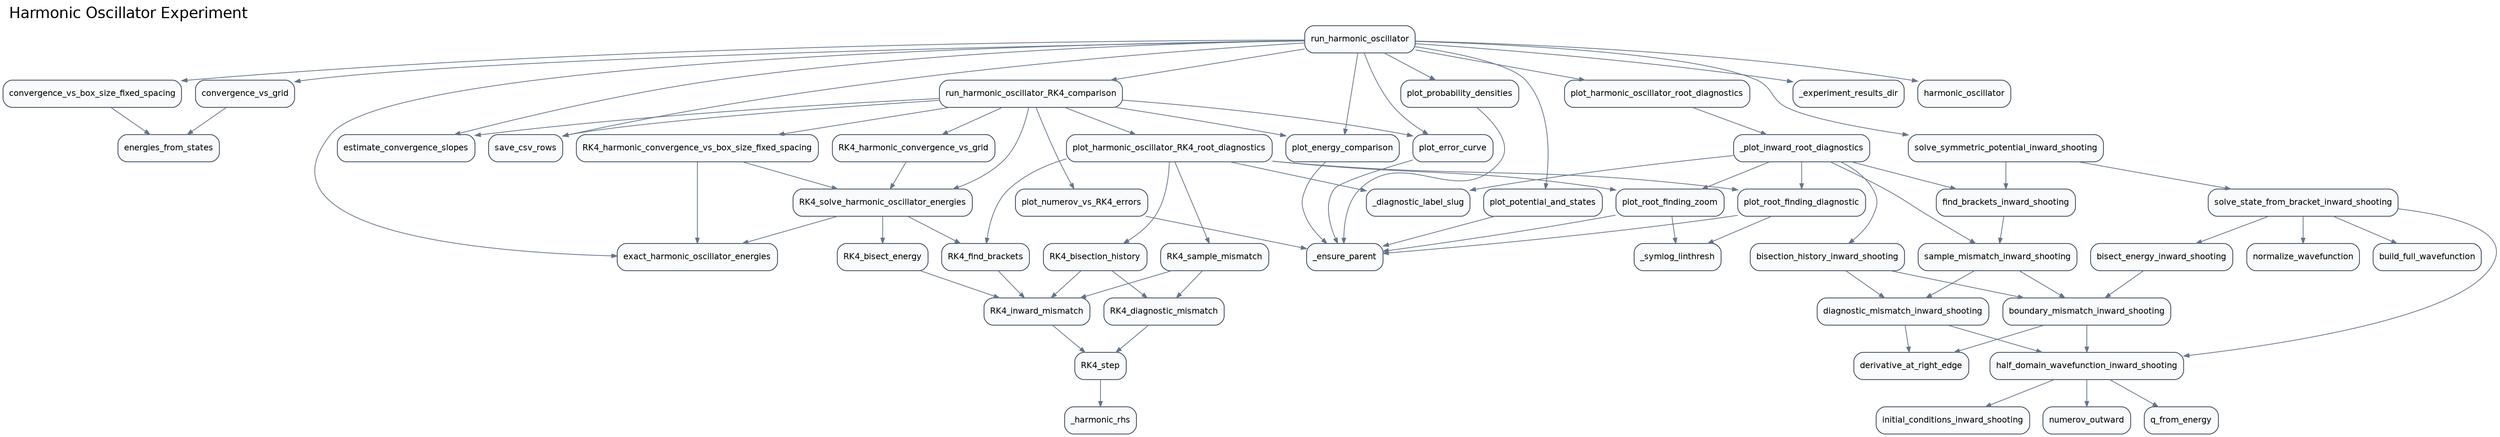
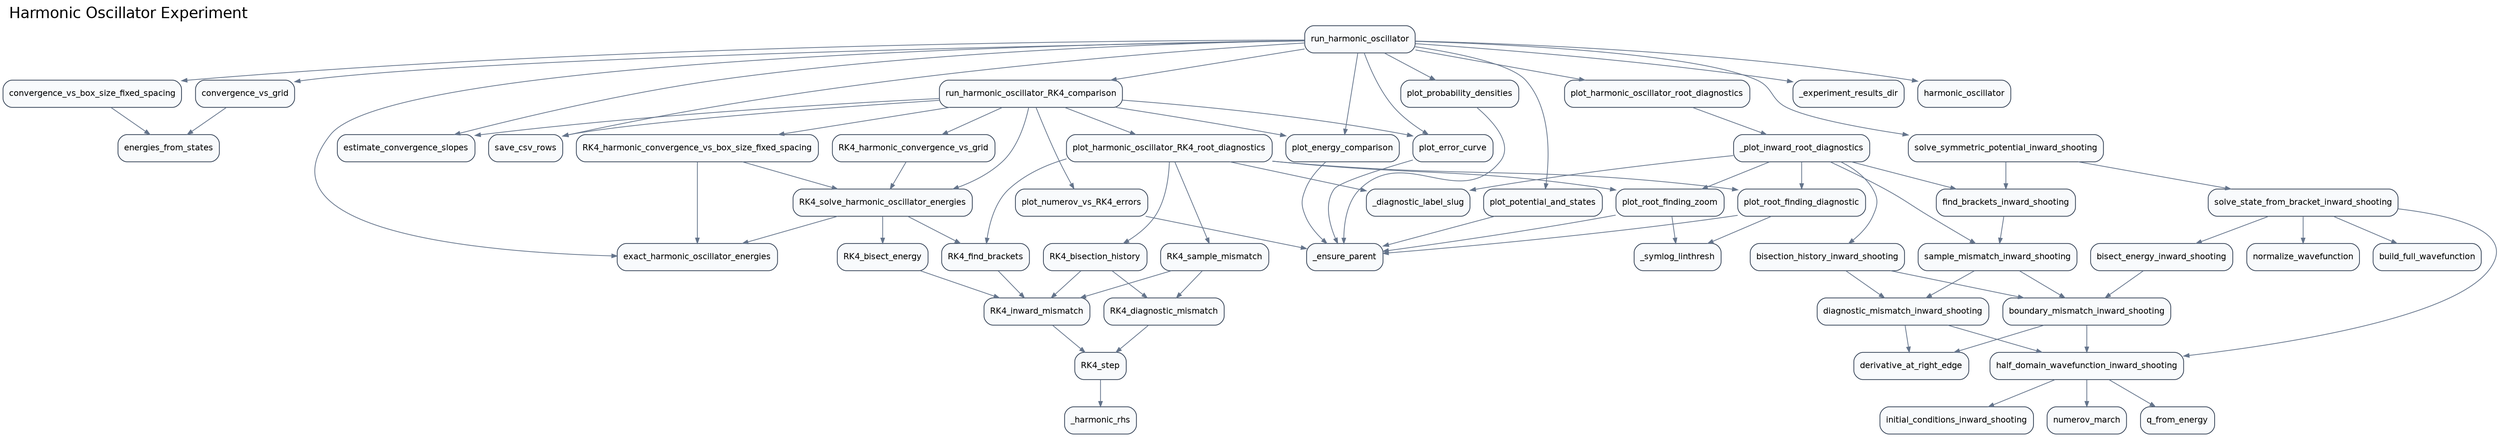
digraph G {
  rankdir="TB";
  graph [labeljust="l", labelloc="t", fontsize=20, fontname="Helvetica"];
  label="Harmonic Oscillator Experiment";
  node [shape=box, style="rounded,filled", fillcolor="#F8FAFC", color="#334155", fontname="Helvetica", fontsize=11];
  edge [color="#64748B", arrowsize=0.7];
  src_analysis_convergence_vs_box_size_fixed_spacing [label="convergence_vs_box_size_fixed_spacing"];
  src_analysis_convergence_vs_grid [label="convergence_vs_grid"];
  src_analysis_energies_from_states [label="energies_from_states"];
  src_analysis_estimate_convergence_slopes [label="estimate_convergence_slopes"];
  src_analysis_exact_harmonic_oscillator_energies [label="exact_harmonic_oscillator_energies"];
  src_analysis_save_csv_rows [label="save_csv_rows"];
  src_diagnostics__diagnostic_label_slug [label="_diagnostic_label_slug"];
  src_diagnostics__plot_inward_root_diagnostics [label="_plot_inward_root_diagnostics"];
  src_diagnostics_plot_harmonic_oscillator_RK4_root_diagnostics [label="plot_harmonic_oscillator_RK4_root_diagnostics"];
  src_diagnostics_plot_harmonic_oscillator_root_diagnostics [label="plot_harmonic_oscillator_root_diagnostics"];
  src_experiments__experiment_results_dir [label="_experiment_results_dir"];
  src_experiments_run_harmonic_oscillator [label="run_harmonic_oscillator"];
  src_experiments_run_harmonic_oscillator_RK4_comparison [label="run_harmonic_oscillator_RK4_comparison"];
  src_numerov_derivative_at_right_edge [label="derivative_at_right_edge"];
  src_numerov_normalize_wavefunction [label="normalize_wavefunction"];
-   src_numerov_numerov_outward [label="numerov_outward"];
+   src_numerov_numerov_march [label="numerov_march"];
  src_numerov_q_from_energy [label="q_from_energy"];
  src_plotting__ensure_parent [label="_ensure_parent"];
  src_plotting__symlog_linthresh [label="_symlog_linthresh"];
  src_plotting_plot_energy_comparison [label="plot_energy_comparison"];
  src_plotting_plot_error_curve [label="plot_error_curve"];
  src_plotting_plot_numerov_vs_RK4_errors [label="plot_numerov_vs_RK4_errors"];
  src_plotting_plot_potential_and_states [label="plot_potential_and_states"];
  src_plotting_plot_probability_densities [label="plot_probability_densities"];
  src_plotting_plot_root_finding_diagnostic [label="plot_root_finding_diagnostic"];
  src_plotting_plot_root_finding_zoom [label="plot_root_finding_zoom"];
  src_potentials_harmonic_oscillator [label="harmonic_oscillator"];
  src_rk4_compare_RK4_bisect_energy [label="RK4_bisect_energy"];
  src_rk4_compare_RK4_bisection_history [label="RK4_bisection_history"];
  src_rk4_compare_RK4_diagnostic_mismatch [label="RK4_diagnostic_mismatch"];
  src_rk4_compare_RK4_find_brackets [label="RK4_find_brackets"];
  src_rk4_compare_RK4_harmonic_convergence_vs_box_size_fixed_spacing [label="RK4_harmonic_convergence_vs_box_size_fixed_spacing"];
  src_rk4_compare_RK4_harmonic_convergence_vs_grid [label="RK4_harmonic_convergence_vs_grid"];
  src_rk4_compare_RK4_inward_mismatch [label="RK4_inward_mismatch"];
  src_rk4_compare_RK4_sample_mismatch [label="RK4_sample_mismatch"];
  src_rk4_compare_RK4_solve_harmonic_oscillator_energies [label="RK4_solve_harmonic_oscillator_energies"];
  src_rk4_compare_RK4_step [label="RK4_step"];
  src_rk4_compare__harmonic_rhs [label="_harmonic_rhs"];
  src_shooting_bisect_energy_inward_shooting [label="bisect_energy_inward_shooting"];
  src_shooting_bisection_history_inward_shooting [label="bisection_history_inward_shooting"];
  src_shooting_boundary_mismatch_inward_shooting [label="boundary_mismatch_inward_shooting"];
  src_shooting_build_full_wavefunction [label="build_full_wavefunction"];
  src_shooting_diagnostic_mismatch_inward_shooting [label="diagnostic_mismatch_inward_shooting"];
  src_shooting_find_brackets_inward_shooting [label="find_brackets_inward_shooting"];
  src_shooting_half_domain_wavefunction_inward_shooting [label="half_domain_wavefunction_inward_shooting"];
  src_shooting_initial_conditions_inward_shooting [label="initial_conditions_inward_shooting"];
  src_shooting_sample_mismatch_inward_shooting [label="sample_mismatch_inward_shooting"];
  src_shooting_solve_state_from_bracket_inward_shooting [label="solve_state_from_bracket_inward_shooting"];
  src_shooting_solve_symmetric_potential_inward_shooting [label="solve_symmetric_potential_inward_shooting"];
  src_analysis_convergence_vs_box_size_fixed_spacing -> src_analysis_energies_from_states;
  src_analysis_convergence_vs_grid -> src_analysis_energies_from_states;
  src_diagnostics__plot_inward_root_diagnostics -> src_diagnostics__diagnostic_label_slug;
  src_diagnostics__plot_inward_root_diagnostics -> src_plotting_plot_root_finding_diagnostic;
  src_diagnostics__plot_inward_root_diagnostics -> src_plotting_plot_root_finding_zoom;
  src_diagnostics__plot_inward_root_diagnostics -> src_shooting_bisection_history_inward_shooting;
  src_diagnostics__plot_inward_root_diagnostics -> src_shooting_find_brackets_inward_shooting;
  src_diagnostics__plot_inward_root_diagnostics -> src_shooting_sample_mismatch_inward_shooting;
  src_diagnostics_plot_harmonic_oscillator_RK4_root_diagnostics -> src_diagnostics__diagnostic_label_slug;
  src_diagnostics_plot_harmonic_oscillator_RK4_root_diagnostics -> src_plotting_plot_root_finding_diagnostic;
  src_diagnostics_plot_harmonic_oscillator_RK4_root_diagnostics -> src_plotting_plot_root_finding_zoom;
  src_diagnostics_plot_harmonic_oscillator_RK4_root_diagnostics -> src_rk4_compare_RK4_bisection_history;
  src_diagnostics_plot_harmonic_oscillator_RK4_root_diagnostics -> src_rk4_compare_RK4_find_brackets;
  src_diagnostics_plot_harmonic_oscillator_RK4_root_diagnostics -> src_rk4_compare_RK4_sample_mismatch;
  src_diagnostics_plot_harmonic_oscillator_root_diagnostics -> src_diagnostics__plot_inward_root_diagnostics;
  src_experiments_run_harmonic_oscillator -> src_analysis_convergence_vs_box_size_fixed_spacing;
  src_experiments_run_harmonic_oscillator -> src_analysis_convergence_vs_grid;
  src_experiments_run_harmonic_oscillator -> src_analysis_estimate_convergence_slopes;
  src_experiments_run_harmonic_oscillator -> src_analysis_exact_harmonic_oscillator_energies;
  src_experiments_run_harmonic_oscillator -> src_analysis_save_csv_rows;
  src_experiments_run_harmonic_oscillator -> src_diagnostics_plot_harmonic_oscillator_root_diagnostics;
  src_experiments_run_harmonic_oscillator -> src_experiments__experiment_results_dir;
  src_experiments_run_harmonic_oscillator -> src_experiments_run_harmonic_oscillator_RK4_comparison;
  src_experiments_run_harmonic_oscillator -> src_plotting_plot_energy_comparison;
  src_experiments_run_harmonic_oscillator -> src_plotting_plot_error_curve;
  src_experiments_run_harmonic_oscillator -> src_plotting_plot_potential_and_states;
  src_experiments_run_harmonic_oscillator -> src_plotting_plot_probability_densities;
  src_experiments_run_harmonic_oscillator -> src_potentials_harmonic_oscillator;
  src_experiments_run_harmonic_oscillator -> src_shooting_solve_symmetric_potential_inward_shooting;
  src_experiments_run_harmonic_oscillator_RK4_comparison -> src_analysis_estimate_convergence_slopes;
  src_experiments_run_harmonic_oscillator_RK4_comparison -> src_analysis_save_csv_rows;
  src_experiments_run_harmonic_oscillator_RK4_comparison -> src_diagnostics_plot_harmonic_oscillator_RK4_root_diagnostics;
  src_experiments_run_harmonic_oscillator_RK4_comparison -> src_plotting_plot_energy_comparison;
  src_experiments_run_harmonic_oscillator_RK4_comparison -> src_plotting_plot_error_curve;
  src_experiments_run_harmonic_oscillator_RK4_comparison -> src_plotting_plot_numerov_vs_RK4_errors;
  src_experiments_run_harmonic_oscillator_RK4_comparison -> src_rk4_compare_RK4_harmonic_convergence_vs_box_size_fixed_spacing;
  src_experiments_run_harmonic_oscillator_RK4_comparison -> src_rk4_compare_RK4_harmonic_convergence_vs_grid;
  src_experiments_run_harmonic_oscillator_RK4_comparison -> src_rk4_compare_RK4_solve_harmonic_oscillator_energies;
  src_plotting_plot_energy_comparison -> src_plotting__ensure_parent;
  src_plotting_plot_error_curve -> src_plotting__ensure_parent;
  src_plotting_plot_numerov_vs_RK4_errors -> src_plotting__ensure_parent;
  src_plotting_plot_potential_and_states -> src_plotting__ensure_parent;
  src_plotting_plot_probability_densities -> src_plotting__ensure_parent;
  src_plotting_plot_root_finding_diagnostic -> src_plotting__ensure_parent;
  src_plotting_plot_root_finding_diagnostic -> src_plotting__symlog_linthresh;
  src_plotting_plot_root_finding_zoom -> src_plotting__ensure_parent;
  src_plotting_plot_root_finding_zoom -> src_plotting__symlog_linthresh;
  src_rk4_compare_RK4_bisect_energy -> src_rk4_compare_RK4_inward_mismatch;
  src_rk4_compare_RK4_bisection_history -> src_rk4_compare_RK4_diagnostic_mismatch;
  src_rk4_compare_RK4_bisection_history -> src_rk4_compare_RK4_inward_mismatch;
  src_rk4_compare_RK4_diagnostic_mismatch -> src_rk4_compare_RK4_step;
  src_rk4_compare_RK4_find_brackets -> src_rk4_compare_RK4_inward_mismatch;
  src_rk4_compare_RK4_harmonic_convergence_vs_box_size_fixed_spacing -> src_analysis_exact_harmonic_oscillator_energies;
  src_rk4_compare_RK4_harmonic_convergence_vs_box_size_fixed_spacing -> src_rk4_compare_RK4_solve_harmonic_oscillator_energies;
  src_rk4_compare_RK4_harmonic_convergence_vs_grid -> src_rk4_compare_RK4_solve_harmonic_oscillator_energies;
  src_rk4_compare_RK4_inward_mismatch -> src_rk4_compare_RK4_step;
  src_rk4_compare_RK4_sample_mismatch -> src_rk4_compare_RK4_diagnostic_mismatch;
  src_rk4_compare_RK4_sample_mismatch -> src_rk4_compare_RK4_inward_mismatch;
  src_rk4_compare_RK4_solve_harmonic_oscillator_energies -> src_analysis_exact_harmonic_oscillator_energies;
  src_rk4_compare_RK4_solve_harmonic_oscillator_energies -> src_rk4_compare_RK4_bisect_energy;
  src_rk4_compare_RK4_solve_harmonic_oscillator_energies -> src_rk4_compare_RK4_find_brackets;
  src_rk4_compare_RK4_step -> src_rk4_compare__harmonic_rhs;
  src_shooting_bisect_energy_inward_shooting -> src_shooting_boundary_mismatch_inward_shooting;
  src_shooting_bisection_history_inward_shooting -> src_shooting_boundary_mismatch_inward_shooting;
  src_shooting_bisection_history_inward_shooting -> src_shooting_diagnostic_mismatch_inward_shooting;
  src_shooting_boundary_mismatch_inward_shooting -> src_numerov_derivative_at_right_edge;
  src_shooting_boundary_mismatch_inward_shooting -> src_shooting_half_domain_wavefunction_inward_shooting;
  src_shooting_diagnostic_mismatch_inward_shooting -> src_numerov_derivative_at_right_edge;
  src_shooting_diagnostic_mismatch_inward_shooting -> src_shooting_half_domain_wavefunction_inward_shooting;
  src_shooting_find_brackets_inward_shooting -> src_shooting_sample_mismatch_inward_shooting;
-   src_shooting_half_domain_wavefunction_inward_shooting -> src_numerov_numerov_outward;
+   src_shooting_half_domain_wavefunction_inward_shooting -> src_numerov_numerov_march;
  src_shooting_half_domain_wavefunction_inward_shooting -> src_numerov_q_from_energy;
  src_shooting_half_domain_wavefunction_inward_shooting -> src_shooting_initial_conditions_inward_shooting;
  src_shooting_sample_mismatch_inward_shooting -> src_shooting_boundary_mismatch_inward_shooting;
  src_shooting_sample_mismatch_inward_shooting -> src_shooting_diagnostic_mismatch_inward_shooting;
  src_shooting_solve_state_from_bracket_inward_shooting -> src_numerov_normalize_wavefunction;
  src_shooting_solve_state_from_bracket_inward_shooting -> src_shooting_bisect_energy_inward_shooting;
  src_shooting_solve_state_from_bracket_inward_shooting -> src_shooting_build_full_wavefunction;
  src_shooting_solve_state_from_bracket_inward_shooting -> src_shooting_half_domain_wavefunction_inward_shooting;
  src_shooting_solve_symmetric_potential_inward_shooting -> src_shooting_find_brackets_inward_shooting;
  src_shooting_solve_symmetric_potential_inward_shooting -> src_shooting_solve_state_from_bracket_inward_shooting;
}
